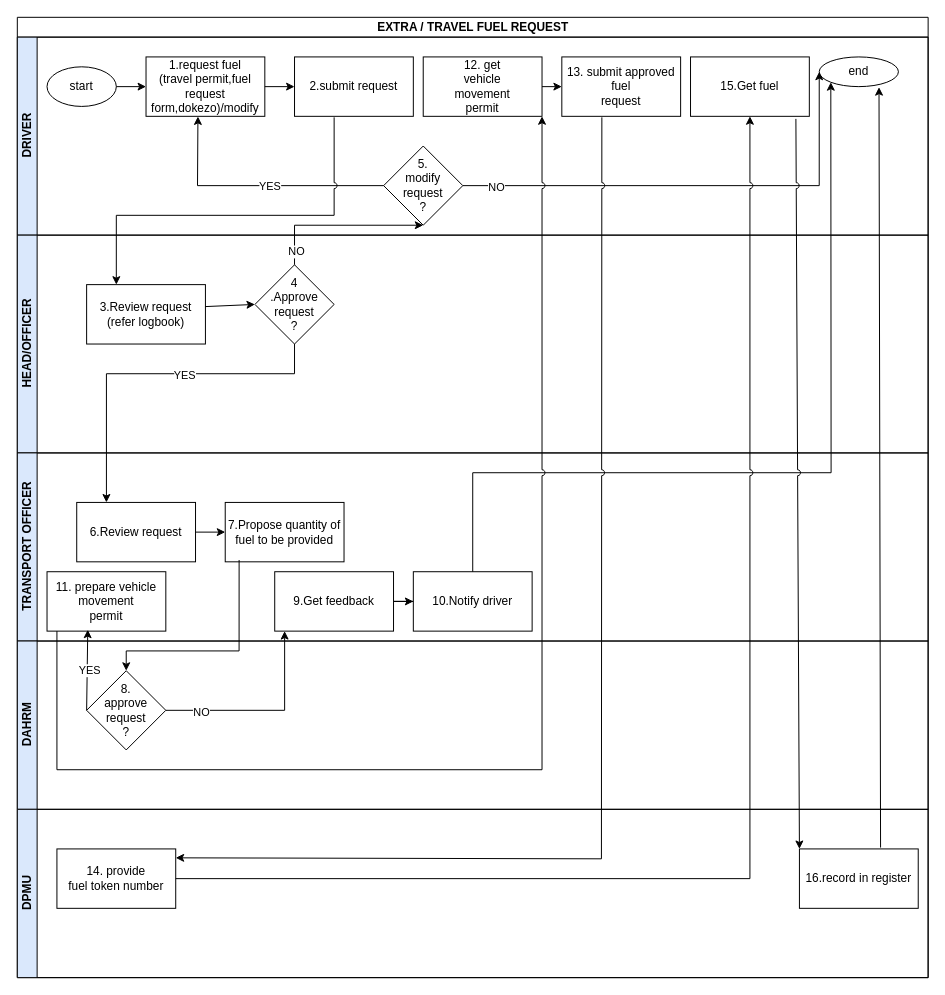
MbalamulaS/tech-diagrams keeps this draw.io diagram as page "fuel request" (5 of 13) of wajibika/wajibika-sketches.drawio. Above is the earlier version. Source tidied: cells renumbered, new cells numbered last; positions are measured from the earlier drawing's top-left corner, leaving out a move shared by most shapes. Both pictures are drawn from the tidied source at 99%, with x=0, y=0 at pixel (17, 17).
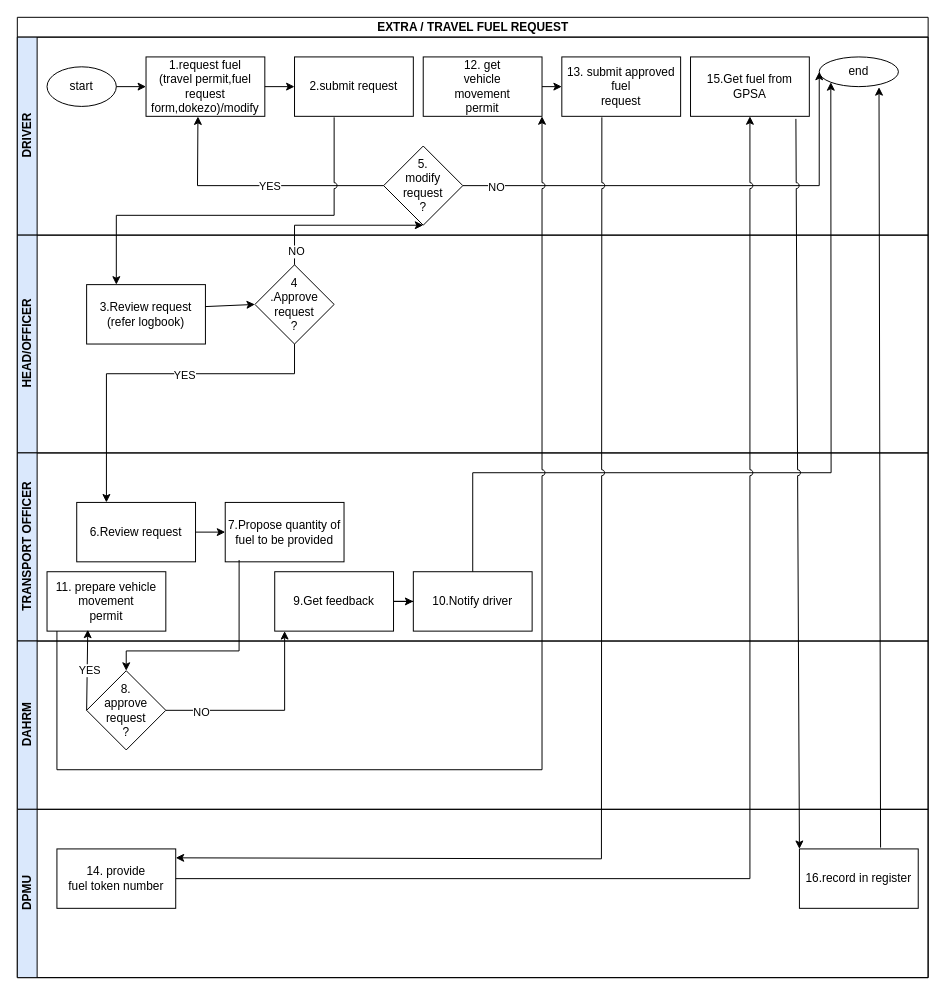
Above is the later version.

Commit message (it also covers changes not shown here):
Modified Step 14 and 10 on Fuel to add GPSA

Unchanged cells that the change refers to:
```xml
<mxCell id="3" value="DRIVER" style="swimlane;startSize=20;horizontal=0;html=1;fillColor=#DAE8FC;" parent="2" vertex="1">
  <mxGeometry y="20" width="920" height="200" as="geometry" />
</mxCell>
```

Diff of the diagram source:
```diff
@@
-    <mxCell id="17" value="15.Get fuel" style="rounded=0;whiteSpace=wrap;html=1;" parent="3" vertex="1">
+    <mxCell id="17" value="15.Get fuel from GPSA" style="rounded=0;whiteSpace=wrap;html=1;" parent="3" vertex="1">
       <mxGeometry x="680" y="20" width="120" height="60" as="geometry" />
     </mxCell>
```
